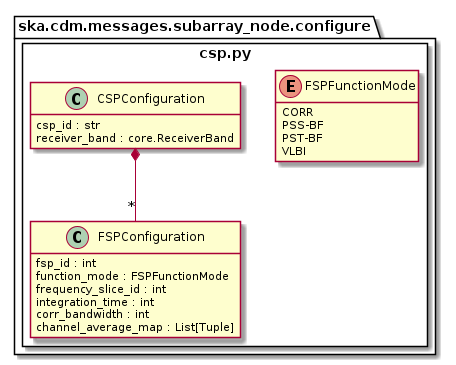
Above: docs/src/developer/subarraynode/csp.png in ska-telescope/cdm-shared-library (PlantUML), before the change.
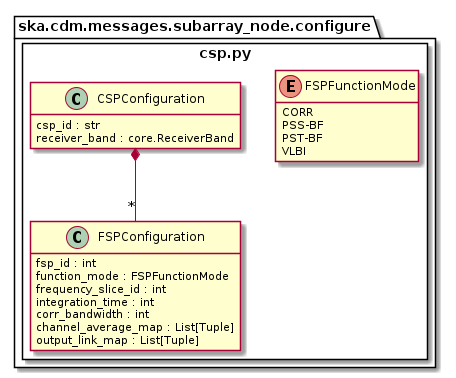
After the commit.

What changed in the source:
```diff
@@ -18,6 +18,7 @@
 			integration_time : int
 			corr_bandwidth : int
 			channel_average_map : List[Tuple]
+			output_link_map : List[Tuple]
 		}
 
 		class CSPConfiguration {
```
